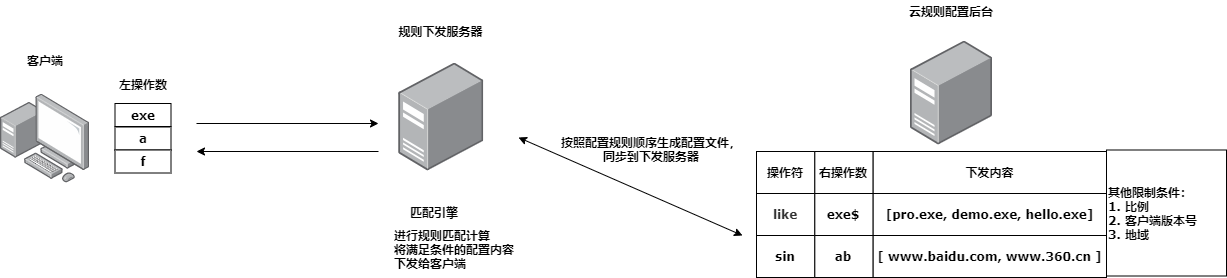
aizsfgk/cdn keeps this draw.io diagram as net/Untitled Diagram.png. Above is the earlier version. Source tidied: cells renumbered, new cells last; positions are measured from the earlier drawing's top-left corner, leaving out a move shared by most shapes.
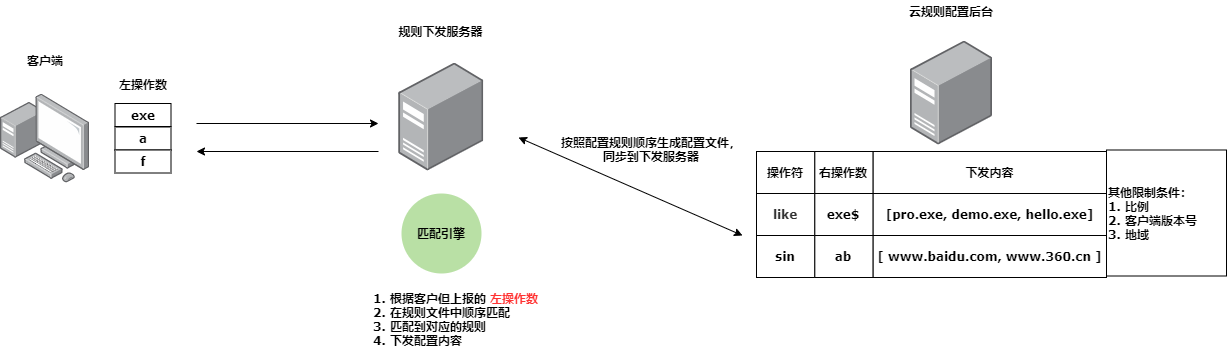
After the change.

Diff of the diagram source:
```diff
@@ -89,14 +89,17 @@
         <mxPoint x="196" y="150" as="targetPoint" />
       </mxGeometry>
     </mxCell>
-    <mxCell id="28" value="进行规则匹配计算&lt;br&gt;将满足条件的配置内容&lt;br&gt;下发给客户端" style="text;html=1;strokeColor=none;fillColor=none;align=left;verticalAlign=middle;whiteSpace=wrap;rounded=0;fontFamily=Verdana;fontStyle=1;" parent="1" vertex="1">
-      <mxGeometry x="392" y="220.5" width="144.3" height="55.5" as="geometry" />
+    <mxCell id="28" value="1. 根据客户但上报的 &lt;font color=&quot;#ff3333&quot;&gt;左操作数&lt;/font&gt;&lt;br&gt;2. 在规则文件中顺序匹配&lt;br&gt;3. 匹配到对应的规则&lt;br&gt;4. 下发配置内容" style="text;html=1;strokeColor=none;fillColor=none;align=left;verticalAlign=middle;whiteSpace=wrap;rounded=0;fontFamily=Verdana;fontStyle=1;" parent="1" vertex="1">
+      <mxGeometry x="370.7" y="276" width="189.3" height="84" as="geometry" />
     </mxCell>
     <mxCell id="29" value="其他限制条件：&lt;br&gt;1. 比例&lt;br&gt;2. 客户端版本号&lt;br&gt;3. 地域" style="rounded=0;whiteSpace=wrap;html=1;fontFamily=Verdana;fontStyle=1;align=left;" parent="1" vertex="1">
       <mxGeometry x="1106" y="148.5" width="120" height="126" as="geometry" />
     </mxCell>
+    <mxCell id="31" style="ellipse;whiteSpace=wrap;html=1;fontFamily=Verdana;align=left;fillColor=#B9E0A5;strokeColor=none;" parent="1" vertex="1">
+      <mxGeometry x="401" y="192" width="80" height="80" as="geometry" />
+    </mxCell>
     <mxCell id="30" value="匹配引擎" style="text;html=1;strokeColor=none;fillColor=none;align=center;verticalAlign=middle;whiteSpace=wrap;rounded=0;fontFamily=Verdana;fontStyle=1;" parent="1" vertex="1">
-      <mxGeometry x="392" y="200.5" width="84" height="20" as="geometry" />
+      <mxGeometry x="398.7" y="222" width="84" height="20" as="geometry" />
     </mxCell>
   </root>
 </mxGraphModel>
```
